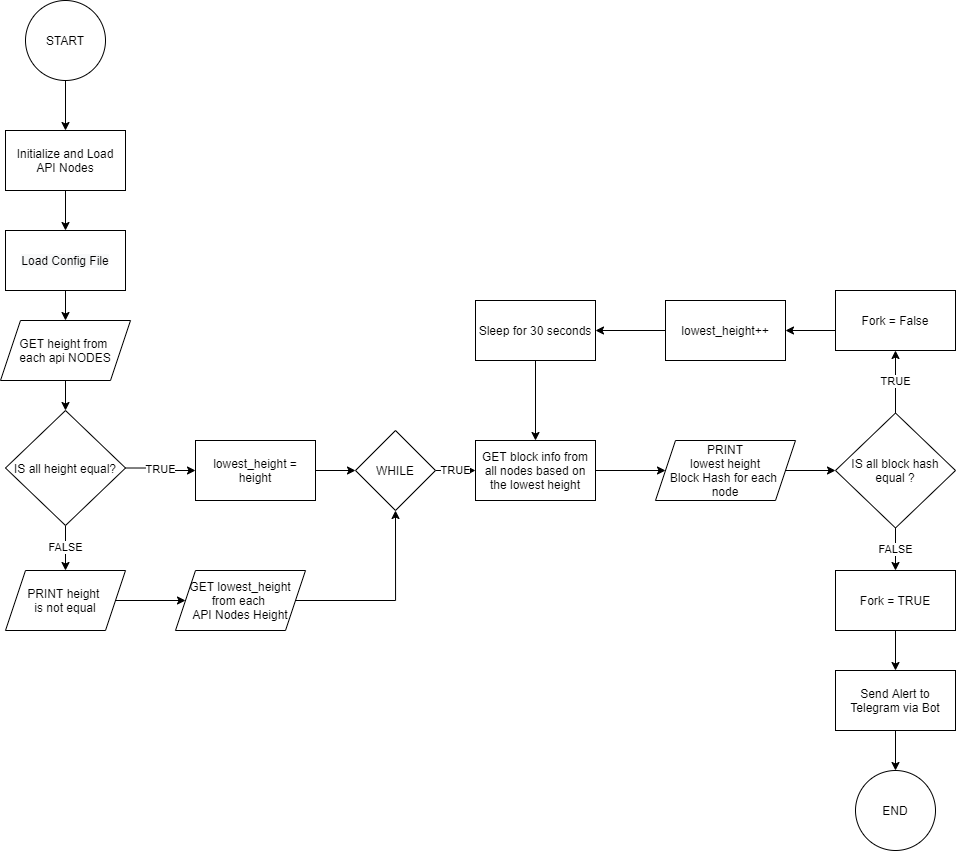
kjpranata/mytesting keeps this draw.io diagram as Health Tool Flowchart/Health Tool Flowchart-to be Improved.png. Above is the earlier version. Source tidied: cells renumbered, new cells last; positions are measured from the earlier drawing's top-left corner, leaving out a move shared by most shapes. Its diagram source:
```xml
<mxGraphModel>
  <root>
    <mxCell id="0" />
    <mxCell id="1" parent="0" />
    <mxCell id="2" style="edgeStyle=orthogonalEdgeStyle;rounded=0;jettySize=auto;html=1;exitX=0.5;exitY=1;exitDx=0;exitDy=0;entryX=0.5;entryY=0;entryDx=0;entryDy=0;" parent="1" edge="1" source="3" target="5">
      <mxGeometry relative="1" as="geometry" />
    </mxCell>
    <mxCell id="3" value="START" style="ellipse;whiteSpace=wrap;html=1;" parent="1" vertex="1">
      <mxGeometry x="25" width="80" height="80" as="geometry" />
    </mxCell>
    <mxCell id="4" style="edgeStyle=orthogonalEdgeStyle;rounded=0;jettySize=auto;html=1;exitX=0.5;exitY=1;exitDx=0;exitDy=0;entryX=0.5;entryY=0;entryDx=0;entryDy=0;" parent="1" edge="1" source="5" target="7">
      <mxGeometry relative="1" as="geometry" />
    </mxCell>
    <mxCell id="5" value="Initialize and Load&lt;br&gt;API Nodes" style="rounded=0;whiteSpace=wrap;html=1;" parent="1" vertex="1">
      <mxGeometry x="5" y="130" width="120" height="60" as="geometry" />
    </mxCell>
    <mxCell id="6" style="edgeStyle=orthogonalEdgeStyle;rounded=0;jettySize=auto;html=1;exitX=0.5;exitY=1;exitDx=0;exitDy=0;entryX=0.5;entryY=0;entryDx=0;entryDy=0;" parent="1" edge="1" source="7" target="9">
      <mxGeometry relative="1" as="geometry" />
    </mxCell>
    <mxCell id="7" value="&#10;&#10;&lt;span style=&quot;color: rgb(0, 0, 0); font-family: helvetica; font-size: 12px; font-style: normal; font-weight: 400; letter-spacing: normal; text-align: center; text-indent: 0px; text-transform: none; word-spacing: 0px; background-color: rgb(248, 249, 250); display: inline; float: none;&quot;&gt;Load Config File&lt;/span&gt;&#10;&#10;" style="rounded=0;whiteSpace=wrap;html=1;" parent="1" vertex="1">
      <mxGeometry x="5" y="230" width="120" height="60" as="geometry" />
    </mxCell>
    <mxCell id="8" style="edgeStyle=orthogonalEdgeStyle;rounded=0;jettySize=auto;html=1;exitX=0.5;exitY=1;exitDx=0;exitDy=0;entryX=0.5;entryY=0;entryDx=0;entryDy=0;" parent="1" edge="1" source="9" target="32">
      <mxGeometry relative="1" as="geometry" />
    </mxCell>
    <mxCell id="9" value="GET height from &lt;br&gt;each api NODES" style="shape=parallelogram;perimeter=parallelogramPerimeter;whiteSpace=wrap;html=1;fixedSize=1;" parent="1" vertex="1">
      <mxGeometry y="320" width="130" height="60" as="geometry" />
    </mxCell>
    <mxCell id="10" value="TRUE" style="edgeStyle=orthogonalEdgeStyle;rounded=0;jettySize=auto;html=1;exitX=1;exitY=0.5;exitDx=0;exitDy=0;" parent="1" edge="1" source="11" target="13">
      <mxGeometry relative="1" as="geometry" />
    </mxCell>
    <mxCell id="11" value="WHILE" style="rhombus;whiteSpace=wrap;html=1;" parent="1" vertex="1">
      <mxGeometry x="355" y="430" width="80" height="80" as="geometry" />
    </mxCell>
    <mxCell id="12" style="edgeStyle=orthogonalEdgeStyle;rounded=0;jettySize=auto;html=1;exitX=1;exitY=0.5;exitDx=0;exitDy=0;entryX=0;entryY=0.5;entryDx=0;entryDy=0;" parent="1" edge="1" source="13" target="15">
      <mxGeometry relative="1" as="geometry" />
    </mxCell>
    <mxCell id="13" value="GET block info from all nodes based on the lowest height" style="rounded=0;whiteSpace=wrap;html=1;" parent="1" vertex="1">
      <mxGeometry x="475" y="440" width="120" height="60" as="geometry" />
    </mxCell>
    <mxCell id="14" style="edgeStyle=orthogonalEdgeStyle;rounded=0;jettySize=auto;html=1;exitX=1;exitY=0.5;exitDx=0;exitDy=0;entryX=0;entryY=0.5;entryDx=0;entryDy=0;" parent="1" edge="1" source="15" target="18">
      <mxGeometry relative="1" as="geometry" />
    </mxCell>
    <mxCell id="15" value="PRINT&lt;br&gt;lowest height&lt;br&gt;Block Hash for each &lt;br&gt;node" style="shape=parallelogram;perimeter=parallelogramPerimeter;whiteSpace=wrap;html=1;fixedSize=1;" parent="1" vertex="1">
      <mxGeometry x="655" y="440" width="140" height="60" as="geometry" />
    </mxCell>
    <mxCell id="16" value="TRUE" style="edgeStyle=orthogonalEdgeStyle;rounded=0;jettySize=auto;html=1;entryX=0.5;entryY=1;entryDx=0;entryDy=0;exitX=0.5;exitY=0;exitDx=0;exitDy=0;" parent="1" edge="1" source="18" target="20">
      <mxGeometry relative="1" as="geometry" />
    </mxCell>
    <mxCell id="17" value="FALSE" style="edgeStyle=orthogonalEdgeStyle;rounded=0;jettySize=auto;html=1;exitX=0.5;exitY=1;exitDx=0;exitDy=0;entryX=0.5;entryY=0;entryDx=0;entryDy=0;" parent="1" edge="1" source="18" target="22">
      <mxGeometry relative="1" as="geometry" />
    </mxCell>
    <mxCell id="18" value="IS all block hash equal ?" style="rhombus;whiteSpace=wrap;html=1;" parent="1" vertex="1">
      <mxGeometry x="835" y="412.5" width="120" height="115" as="geometry" />
    </mxCell>
    <mxCell id="19" style="edgeStyle=orthogonalEdgeStyle;rounded=0;jettySize=auto;html=1;exitX=0;exitY=0.5;exitDx=0;exitDy=0;" parent="1" edge="1" target="24">
      <mxGeometry relative="1" as="geometry">
        <mxPoint x="835" y="330" as="sourcePoint" />
      </mxGeometry>
    </mxCell>
    <mxCell id="20" value="Fork = False" style="rounded=0;whiteSpace=wrap;html=1;" parent="1" vertex="1">
      <mxGeometry x="835" y="290" width="120" height="60" as="geometry" />
    </mxCell>
    <mxCell id="21" style="edgeStyle=orthogonalEdgeStyle;rounded=0;jettySize=auto;html=1;exitX=0.5;exitY=1;exitDx=0;exitDy=0;entryX=0.5;entryY=0;entryDx=0;entryDy=0;" parent="1" edge="1" source="22" target="28">
      <mxGeometry relative="1" as="geometry" />
    </mxCell>
    <mxCell id="22" value="Fork = TRUE" style="rounded=0;whiteSpace=wrap;html=1;" parent="1" vertex="1">
      <mxGeometry x="835" y="570" width="120" height="60" as="geometry" />
    </mxCell>
    <mxCell id="23" style="edgeStyle=orthogonalEdgeStyle;rounded=0;jettySize=auto;html=1;exitX=0;exitY=0.5;exitDx=0;exitDy=0;" parent="1" edge="1" source="24" target="26">
      <mxGeometry relative="1" as="geometry" />
    </mxCell>
    <mxCell id="24" value="lowest_height++" style="rounded=0;whiteSpace=wrap;html=1;" parent="1" vertex="1">
      <mxGeometry x="665" y="300" width="120" height="60" as="geometry" />
    </mxCell>
    <mxCell id="25" style="edgeStyle=orthogonalEdgeStyle;rounded=0;jettySize=auto;html=1;exitX=0.5;exitY=1;exitDx=0;exitDy=0;" parent="1" edge="1" source="26" target="13">
      <mxGeometry relative="1" as="geometry" />
    </mxCell>
    <mxCell id="26" value="Sleep for 30 seconds" style="rounded=0;whiteSpace=wrap;html=1;" parent="1" vertex="1">
      <mxGeometry x="475" y="300" width="120" height="60" as="geometry" />
    </mxCell>
    <mxCell id="27" style="edgeStyle=orthogonalEdgeStyle;rounded=0;jettySize=auto;html=1;exitX=0.5;exitY=1;exitDx=0;exitDy=0;entryX=0.5;entryY=0;entryDx=0;entryDy=0;" parent="1" edge="1" source="28" target="29">
      <mxGeometry relative="1" as="geometry" />
    </mxCell>
    <mxCell id="28" value="Send Alert to Telegram via Bot" style="rounded=0;whiteSpace=wrap;html=1;" parent="1" vertex="1">
      <mxGeometry x="835" y="670" width="120" height="60" as="geometry" />
    </mxCell>
    <mxCell id="29" value="END" style="ellipse;whiteSpace=wrap;html=1;" parent="1" vertex="1">
      <mxGeometry x="855" y="770" width="80" height="80" as="geometry" />
    </mxCell>
    <mxCell id="30" value="TRUE" style="edgeStyle=orthogonalEdgeStyle;rounded=0;jettySize=auto;html=1;exitX=1;exitY=0.5;exitDx=0;exitDy=0;entryX=0;entryY=0.5;entryDx=0;entryDy=0;" parent="1" edge="1" source="32" target="38">
      <mxGeometry relative="1" as="geometry" />
    </mxCell>
    <mxCell id="31" value="FALSE" style="edgeStyle=orthogonalEdgeStyle;rounded=0;jettySize=auto;html=1;exitX=0.5;exitY=1;exitDx=0;exitDy=0;entryX=0.5;entryY=0;entryDx=0;entryDy=0;" parent="1" edge="1" source="32" target="34">
      <mxGeometry relative="1" as="geometry" />
    </mxCell>
    <mxCell id="32" value="IS all height equal?" style="rhombus;whiteSpace=wrap;html=1;" parent="1" vertex="1">
      <mxGeometry x="5" y="410" width="120" height="115" as="geometry" />
    </mxCell>
    <mxCell id="33" style="edgeStyle=orthogonalEdgeStyle;rounded=0;jettySize=auto;html=1;exitX=1;exitY=0.5;exitDx=0;exitDy=0;entryX=0;entryY=0.5;entryDx=0;entryDy=0;" parent="1" edge="1" source="34" target="36">
      <mxGeometry relative="1" as="geometry" />
    </mxCell>
    <mxCell id="34" value="PRINT height &lt;br&gt;is not equal" style="shape=parallelogram;perimeter=parallelogramPerimeter;whiteSpace=wrap;html=1;fixedSize=1;" parent="1" vertex="1">
      <mxGeometry x="5" y="570" width="120" height="60" as="geometry" />
    </mxCell>
    <mxCell id="35" style="edgeStyle=orthogonalEdgeStyle;rounded=0;jettySize=auto;html=1;exitX=1;exitY=0.5;exitDx=0;exitDy=0;entryX=0.5;entryY=1;entryDx=0;entryDy=0;" parent="1" edge="1" source="36" target="11">
      <mxGeometry relative="1" as="geometry" />
    </mxCell>
    <mxCell id="36" value="GET lowest_height&lt;br&gt;from each &lt;br&gt;API Nodes Height" style="shape=parallelogram;perimeter=parallelogramPerimeter;whiteSpace=wrap;html=1;fixedSize=1;" parent="1" vertex="1">
      <mxGeometry x="175" y="570" width="130" height="60" as="geometry" />
    </mxCell>
    <mxCell id="37" style="edgeStyle=orthogonalEdgeStyle;rounded=0;jettySize=auto;html=1;exitX=1;exitY=0.5;exitDx=0;exitDy=0;entryX=0;entryY=0.5;entryDx=0;entryDy=0;" parent="1" edge="1" source="38" target="11">
      <mxGeometry relative="1" as="geometry" />
    </mxCell>
    <mxCell id="38" value="lowest_height = height" style="rounded=0;whiteSpace=wrap;html=1;" parent="1" vertex="1">
      <mxGeometry x="195" y="440" width="120" height="60" as="geometry" />
    </mxCell>
  </root>
</mxGraphModel>
```
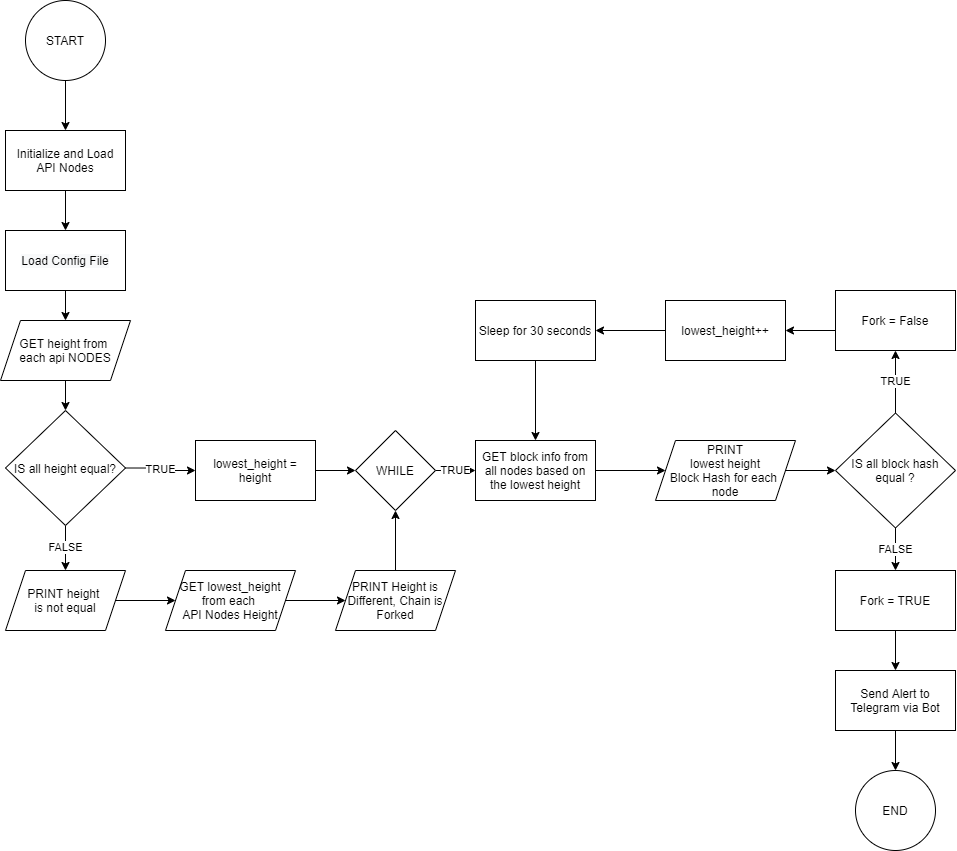
The same file after the commit.

What changed in the source:
```diff
@@ -103,11 +103,11 @@
     <mxCell id="34" value="PRINT height &lt;br&gt;is not equal" style="shape=parallelogram;perimeter=parallelogramPerimeter;whiteSpace=wrap;html=1;fixedSize=1;" parent="1" vertex="1">
       <mxGeometry x="5" y="570" width="120" height="60" as="geometry" />
     </mxCell>
-    <mxCell id="35" style="edgeStyle=orthogonalEdgeStyle;rounded=0;jettySize=auto;html=1;exitX=1;exitY=0.5;exitDx=0;exitDy=0;entryX=0.5;entryY=1;entryDx=0;entryDy=0;" parent="1" edge="1" source="36" target="11">
-      <mxGeometry relative="1" as="geometry" />
-    </mxCell>
+    <mxCell id="39" style="edgeStyle=orthogonalEdgeStyle;rounded=0;jettySize=auto;html=1;exitX=1;exitY=0.5;exitDx=0;exitDy=0;entryX=0;entryY=0.5;entryDx=0;entryDy=0;" parent="1" edge="1" source="36" target="41">
+      <mxGeometry relative="1" as="geometry" />
+    </mxCell>
     <mxCell id="36" value="GET lowest_height&lt;br&gt;from each &lt;br&gt;API Nodes Height" style="shape=parallelogram;perimeter=parallelogramPerimeter;whiteSpace=wrap;html=1;fixedSize=1;" parent="1" vertex="1">
-      <mxGeometry x="175" y="570" width="130" height="60" as="geometry" />
+      <mxGeometry x="165" y="570" width="130" height="60" as="geometry" />
     </mxCell>
     <mxCell id="37" style="edgeStyle=orthogonalEdgeStyle;rounded=0;jettySize=auto;html=1;exitX=1;exitY=0.5;exitDx=0;exitDy=0;entryX=0;entryY=0.5;entryDx=0;entryDy=0;" parent="1" edge="1" source="38" target="11">
       <mxGeometry relative="1" as="geometry" />
@@ -115,5 +115,11 @@
     <mxCell id="38" value="lowest_height = height" style="rounded=0;whiteSpace=wrap;html=1;" parent="1" vertex="1">
       <mxGeometry x="195" y="440" width="120" height="60" as="geometry" />
     </mxCell>
+    <mxCell id="40" style="edgeStyle=orthogonalEdgeStyle;rounded=0;jettySize=auto;html=1;exitX=0.5;exitY=0;exitDx=0;exitDy=0;entryX=0.5;entryY=1;entryDx=0;entryDy=0;" parent="1" edge="1" source="41" target="11">
+      <mxGeometry relative="1" as="geometry" />
+    </mxCell>
+    <mxCell id="41" value="PRINT Height is Different, Chain is Forked" style="shape=parallelogram;perimeter=parallelogramPerimeter;whiteSpace=wrap;html=1;fixedSize=1;" parent="1" vertex="1">
+      <mxGeometry x="335" y="570" width="120" height="60" as="geometry" />
+    </mxCell>
   </root>
 </mxGraphModel>
```
